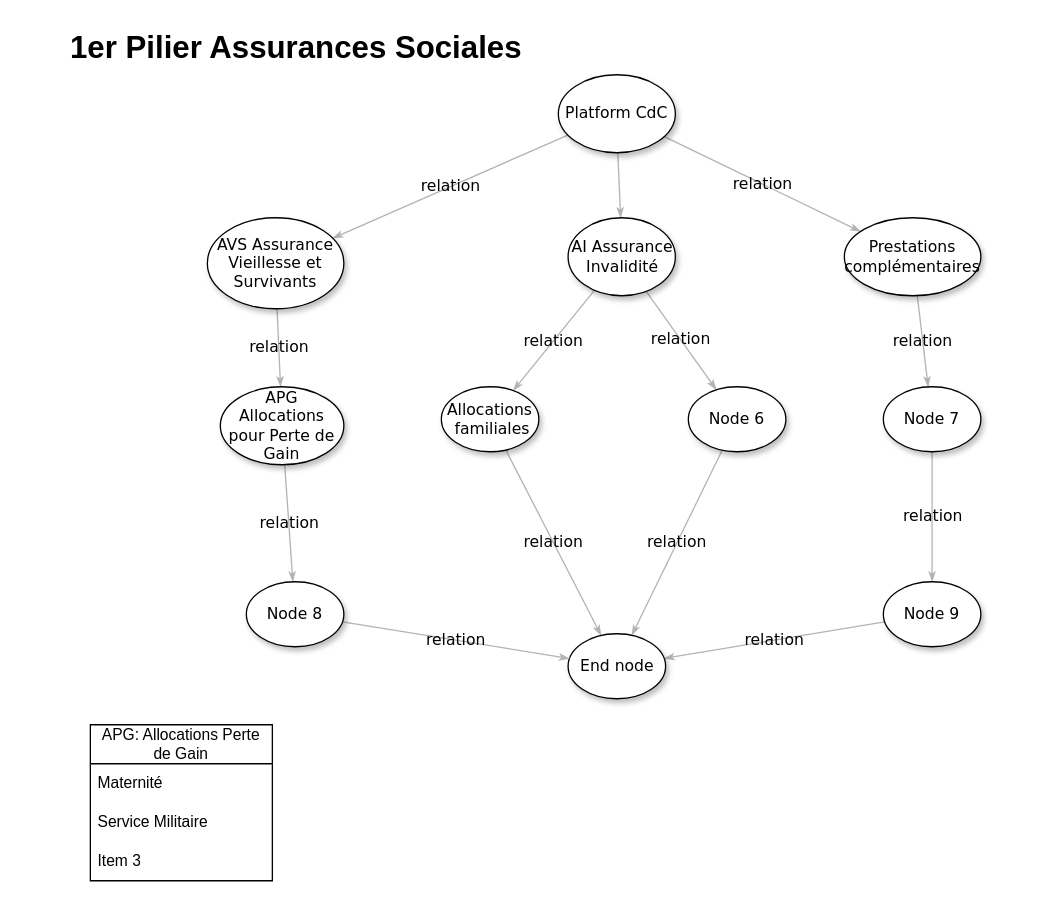
Helena-Zuk/github-slideshow keeps this draw.io diagram as page "LandscapeAssurances" (1 of 2) of CdC-context.drawio. Above is the earlier version. Source tidied: cells renumbered, new cells numbered last; positions are measured from the earlier drawing's top-left corner, leaving out a move shared by most shapes. Both pictures are drawn from the tidied source at 130%, with x=0, y=0 at pixel (22, 22).
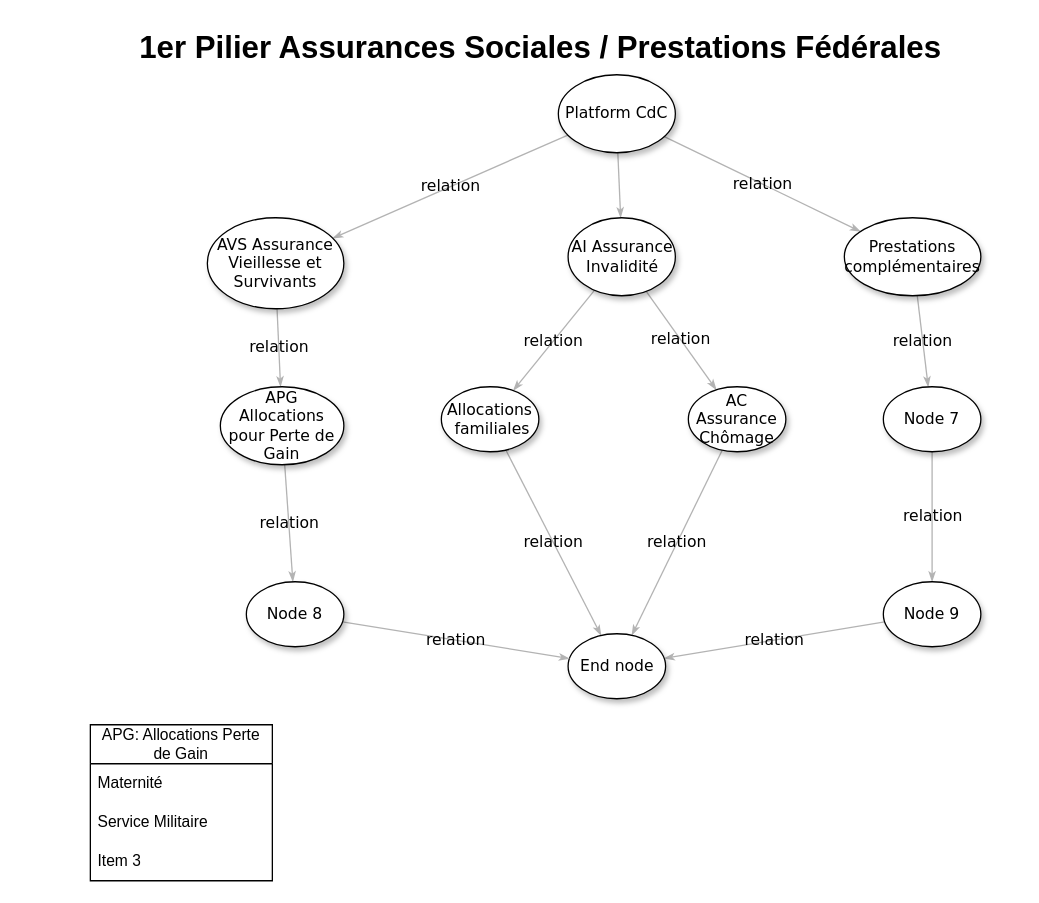
The same diagram, later.

Diff of the diagram source:
```diff
@@
-    <mxCell id="16" value="&lt;span&gt;Node 6&lt;/span&gt;" style="ellipse;whiteSpace=wrap;html=1;rounded=0;shadow=1;comic=0;labelBackgroundColor=none;strokeWidth=1;fontFamily=Verdana;fontSize=12;align=center;" parent="1" vertex="1">
+    <mxCell id="16" value="&lt;span&gt;AC Assurance Chômage&lt;/span&gt;" style="ellipse;whiteSpace=wrap;html=1;rounded=0;shadow=1;comic=0;labelBackgroundColor=none;strokeWidth=1;fontFamily=Verdana;fontSize=12;align=center;" parent="1" vertex="1">
       <mxGeometry x="512" y="280" width="75" height="50" as="geometry" />
     </mxCell>
@@
-    <mxCell id="30" value="1er Pilier Assurances Sociales" style="text;strokeColor=none;fillColor=none;html=1;fontSize=24;fontStyle=1;verticalAlign=middle;align=center;" parent="1" vertex="1">
-      <mxGeometry x="-0.5" width="420" height="40" as="geometry" />
+    <mxCell id="30" value="1er Pilier Assurances Sociales / Prestations Fédérales" style="text;strokeColor=none;fillColor=none;html=1;fontSize=24;fontStyle=1;verticalAlign=middle;align=center;" parent="1" vertex="1">
+      <mxGeometry x="32" width="732.5" height="40" as="geometry" />
     </mxCell>
```
